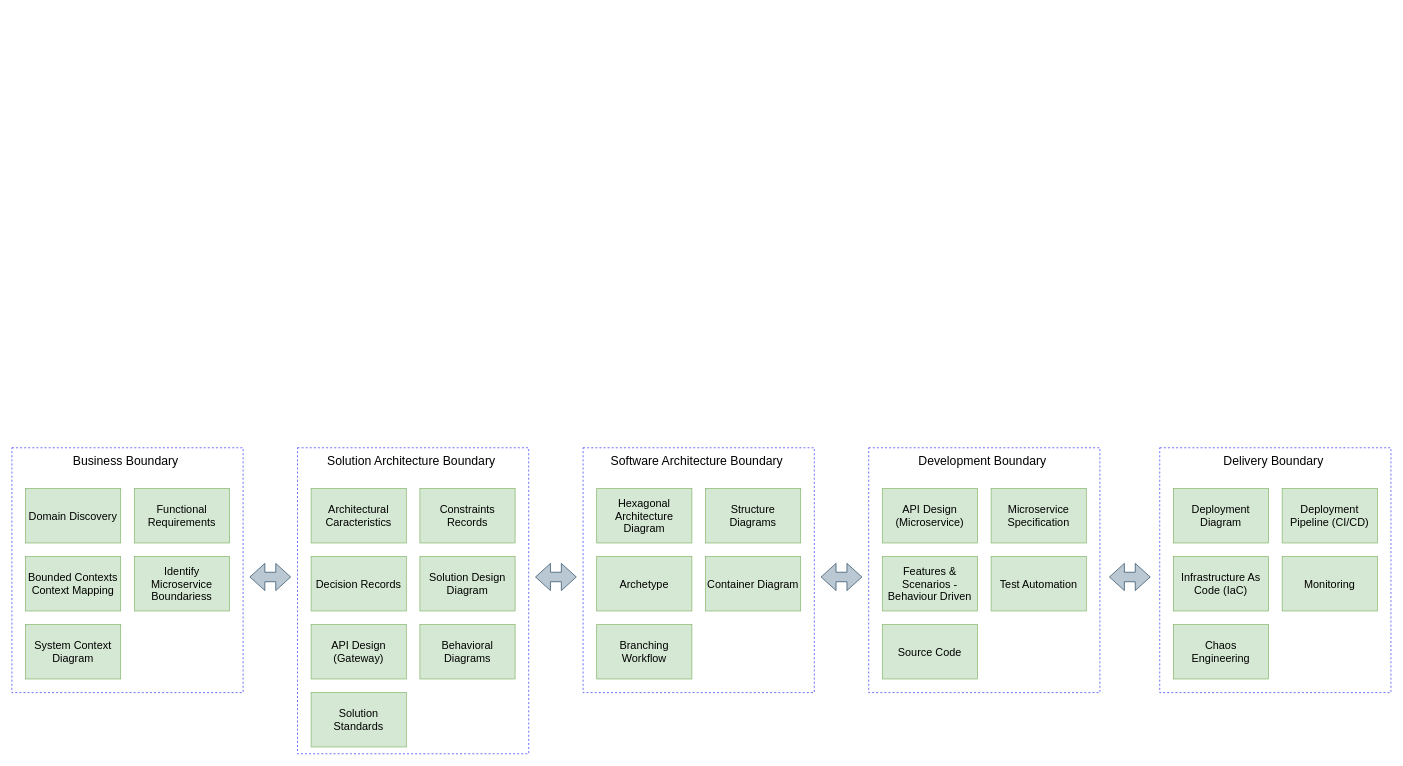
Above: Software Development Process Framework.drawio in rpicanco/MicroserviceArchitectureSolutionFramework (draw.io), before the change. Source tidied: cells renumbered, new cells numbered last; positions are measured from the earlier drawing's top-left corner, leaving out a move shared by most shapes. Both pictures are drawn from the tidied source at 68%, with x=0, y=0 at pixel (12, 447).
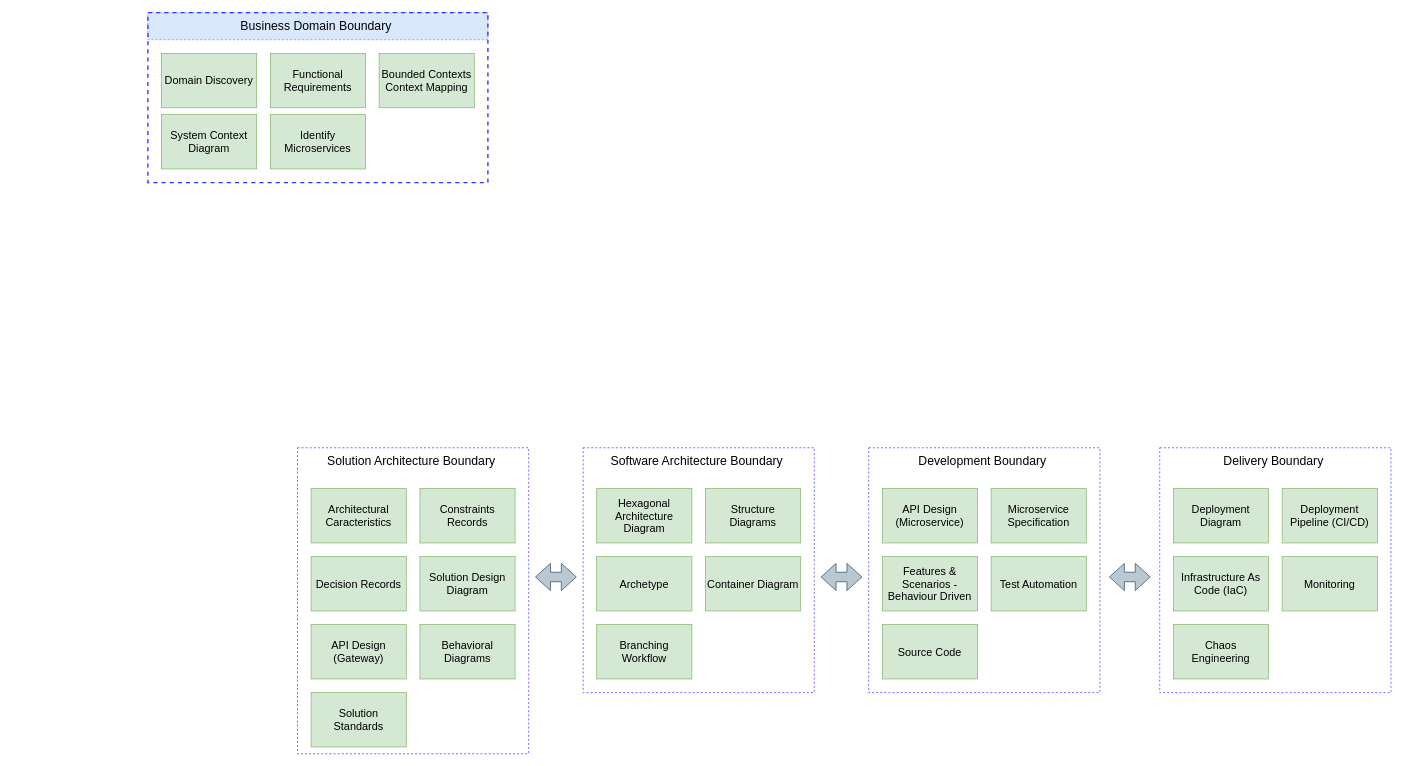
The same diagram, later.

Commit message (it also covers changes not shown here):
Business domain design deliverables

The edit, as a diff of the source:
```diff
@@
+    <mxCell id="43" value="&lt;div&gt;&lt;font style=&quot;font-size: 18px&quot;&gt;Business Domain Boundary&amp;nbsp;&lt;/font&gt;&lt;/div&gt;" style="text;html=1;strokeColor=#6c8ebf;fillColor=#dae8fc;align=center;verticalAlign=middle;whiteSpace=wrap;rounded=0;dashed=1;" parent="1" vertex="1">
+      <mxGeometry x="200" y="-640" width="500" height="40" as="geometry" />
+    </mxCell>
+    <mxCell id="44" style="rounded=0;whiteSpace=wrap;html=1;dashed=1;fillColor=none;strokeColor=#3333FF;strokeWidth=2;" parent="1" vertex="1">
+      <mxGeometry x="200" y="-640" width="500" height="250" as="geometry" />
+    </mxCell>
@@
-    <mxCell id="3" style="rounded=0;whiteSpace=wrap;html=1;dashed=1;fillColor=none;strokeColor=#3333FF;" parent="1" vertex="1">
-      <mxGeometry width="340" height="360" as="geometry" />
-    </mxCell>
     <mxCell id="4" value="&lt;span style=&quot;font-size: 16px&quot;&gt;Domain Discovery&lt;/span&gt;" style="rounded=0;whiteSpace=wrap;html=1;fillColor=#d5e8d4;strokeColor=#82b366;" parent="1" vertex="1">
-      <mxGeometry x="20" y="60" width="140" height="80" as="geometry" />
+      <mxGeometry x="220" y="-580" width="140" height="80" as="geometry" />
     </mxCell>
-    <mxCell id="5" value="&lt;div&gt;&lt;font style=&quot;font-size: 18px&quot;&gt;Business Boundary&amp;nbsp;&lt;/font&gt;&lt;/div&gt;" style="text;html=1;strokeColor=none;fillColor=none;align=center;verticalAlign=middle;whiteSpace=wrap;rounded=0;dashed=1;" parent="1" vertex="1">
-      <mxGeometry x="60" width="220" height="40" as="geometry" />
-    </mxCell>
     <mxCell id="6" value="&lt;span style=&quot;font-size: 16px&quot;&gt;Functional Requirements&lt;/span&gt;" style="rounded=0;whiteSpace=wrap;html=1;fillColor=#d5e8d4;strokeColor=#82b366;" parent="1" vertex="1">
-      <mxGeometry x="180" y="60" width="140" height="80" as="geometry" />
+      <mxGeometry x="380" y="-580" width="140" height="80" as="geometry" />
     </mxCell>
     <mxCell id="7" value="&lt;span style=&quot;font-size: 16px&quot;&gt;Bounded Contexts&lt;br&gt;Context Mapping&lt;/span&gt;" style="rounded=0;whiteSpace=wrap;html=1;fillColor=#d5e8d4;strokeColor=#82b366;" parent="1" vertex="1">
-      <mxGeometry x="20" y="160" width="140" height="80" as="geometry" />
+      <mxGeometry x="540" y="-580" width="140" height="80" as="geometry" />
     </mxCell>
-    <mxCell id="8" value="&lt;span style=&quot;font-size: 16px&quot;&gt;Identify Microservice Boundariess&lt;/span&gt;" style="rounded=0;whiteSpace=wrap;html=1;fillColor=#d5e8d4;strokeColor=#82b366;" parent="1" vertex="1">
-      <mxGeometry x="180" y="160" width="140" height="80" as="geometry" />
+    <mxCell id="8" value="&lt;span style=&quot;font-size: 16px&quot;&gt;Identify Microservices&lt;/span&gt;" style="rounded=0;whiteSpace=wrap;html=1;fillColor=#d5e8d4;strokeColor=#82b366;" parent="1" vertex="1">
+      <mxGeometry x="380" y="-490" width="140" height="80" as="geometry" />
     </mxCell>
     <mxCell id="9" value="&lt;span style=&quot;font-size: 16px&quot;&gt;System Context Diagram&lt;/span&gt;" style="rounded=0;whiteSpace=wrap;html=1;fillColor=#d5e8d4;strokeColor=#82b366;" parent="1" vertex="1">
-      <mxGeometry x="20" y="260" width="140" height="80" as="geometry" />
+      <mxGeometry x="220" y="-490" width="140" height="80" as="geometry" />
     </mxCell>
@@
-    <mxCell id="39" style="html=1;shadow=0;dashed=0;align=center;verticalAlign=middle;shape=mxgraph.arrows2.twoWayArrow;dy=0.65;dx=22;fillColor=#bac8d3;strokeColor=#23445d;" parent="1" vertex="1">
-      <mxGeometry x="350" y="170" width="60" height="40" as="geometry" />
-    </mxCell>
```
